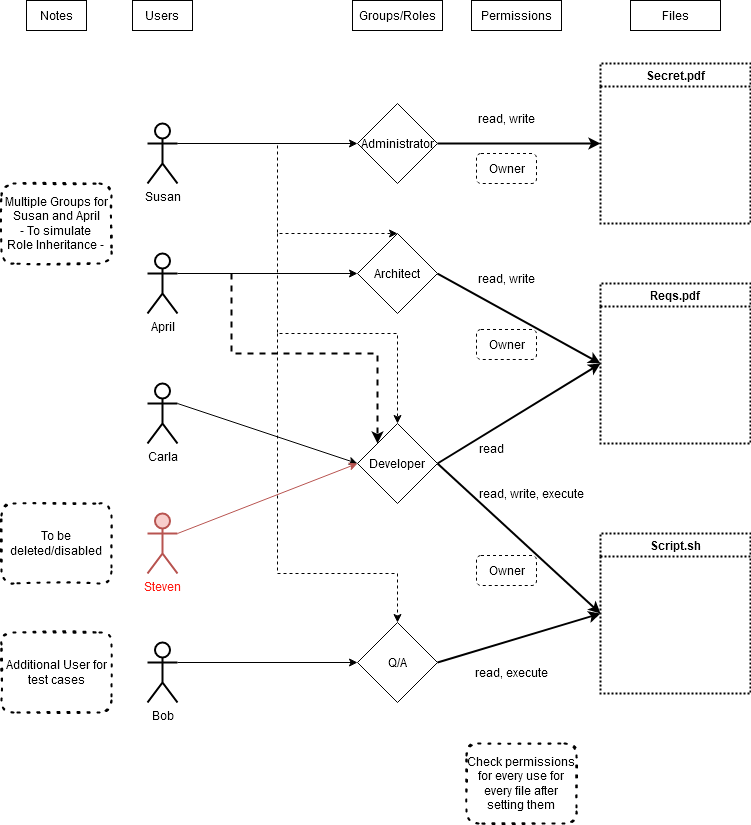
The draw.io diagram Expanded Plan - bottom.png in Nobel-CS/RBAC_test, before a commit. Source tidied: cells renumbered, new cells last; positions are measured from the earlier drawing's top-left corner, leaving out a move shared by most shapes.
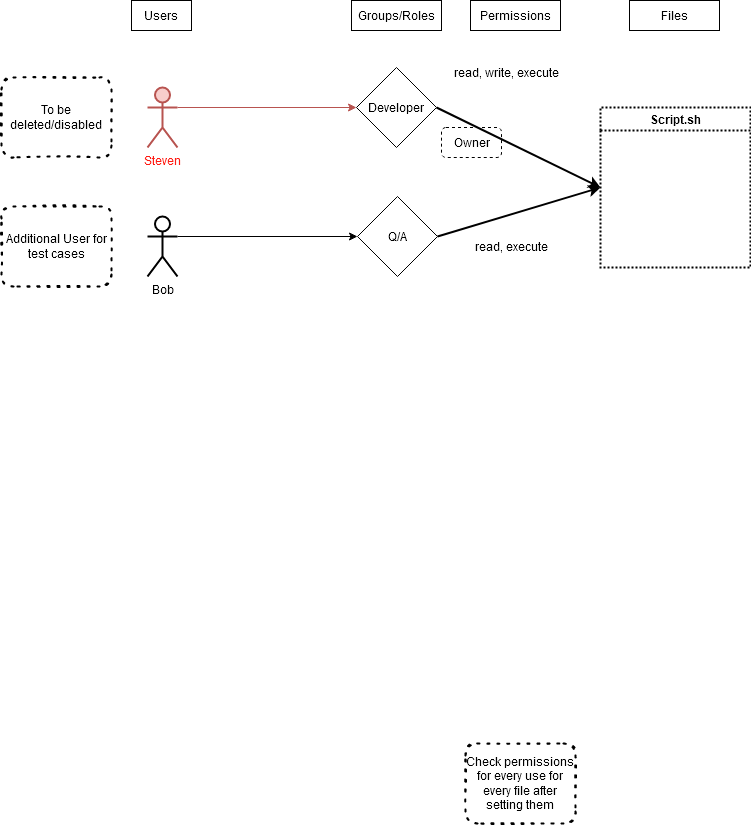
The same diagram one commit later.

Change to the diagram source:
```diff
@@ -2,131 +2,45 @@
   <root>
     <mxCell id="0" />
     <mxCell id="1" parent="0" />
-    <mxCell id="2" style="edgeStyle=orthogonalEdgeStyle;rounded=0;jettySize=auto;html=1;exitX=1;exitY=0.3333333333333333;exitDx=0;exitDy=0;exitPerimeter=0;entryX=0;entryY=0.5;entryDx=0;entryDy=0;" parent="1" edge="1" source="3" target="13">
-      <mxGeometry relative="1" as="geometry" />
-    </mxCell>
-    <mxCell id="3" value="Susan" style="shape=umlActor;verticalLabelPosition=bottom;verticalAlign=top;html=1;outlineConnect=0;strokeColor=default;strokeWidth=2;" parent="1" vertex="1">
-      <mxGeometry x="146" y="123" width="30" height="60" as="geometry" />
-    </mxCell>
-    <mxCell id="4" style="edgeStyle=orthogonalEdgeStyle;rounded=0;jettySize=auto;html=1;exitX=1;exitY=0.3333333333333333;exitDx=0;exitDy=0;exitPerimeter=0;" parent="1" edge="1" source="5" target="15">
-      <mxGeometry relative="1" as="geometry" />
-    </mxCell>
-    <mxCell id="5" value="April" style="shape=umlActor;verticalLabelPosition=bottom;verticalAlign=top;html=1;outlineConnect=0;strokeColor=default;strokeWidth=2;" parent="1" vertex="1">
-      <mxGeometry x="146" y="253" width="30" height="60" as="geometry" />
-    </mxCell>
-    <mxCell id="6" style="rounded=0;jettySize=auto;html=1;exitX=1;exitY=0.3333333333333333;exitDx=0;exitDy=0;exitPerimeter=0;entryX=0;entryY=0.5;entryDx=0;entryDy=0;" parent="1" edge="1" source="7" target="18">
-      <mxGeometry relative="1" as="geometry" />
-    </mxCell>
-    <mxCell id="7" value="Carla" style="shape=umlActor;verticalLabelPosition=bottom;verticalAlign=top;html=1;outlineConnect=0;strokeColor=default;strokeWidth=2;" parent="1" vertex="1">
-      <mxGeometry x="146" y="383" width="30" height="60" as="geometry" />
-    </mxCell>
     <mxCell id="8" style="edgeStyle=none;rounded=0;jettySize=auto;html=1;exitX=1;exitY=0.3333333333333333;exitDx=0;exitDy=0;exitPerimeter=0;entryX=0;entryY=0.5;entryDx=0;entryDy=0;fillColor=#f8cecc;strokeColor=#b85450;" parent="1" edge="1" source="9" target="18">
       <mxGeometry relative="1" as="geometry" />
     </mxCell>
     <mxCell id="9" value="Steven" style="shape=umlActor;verticalLabelPosition=bottom;verticalAlign=top;html=1;outlineConnect=0;strokeColor=#b85450;strokeWidth=2;fillColor=#f8cecc;fontColor=#FF1C14;" parent="1" vertex="1">
-      <mxGeometry x="146" y="513" width="30" height="60" as="geometry" />
+      <mxGeometry x="147" y="87" width="30" height="60" as="geometry" />
     </mxCell>
     <mxCell id="10" style="edgeStyle=none;rounded=0;jettySize=auto;html=1;exitX=1;exitY=0.3333333333333333;exitDx=0;exitDy=0;exitPerimeter=0;entryX=0;entryY=0.5;entryDx=0;entryDy=0;" parent="1" edge="1" source="11" target="20">
       <mxGeometry relative="1" as="geometry" />
     </mxCell>
     <mxCell id="11" value="Bob" style="shape=umlActor;verticalLabelPosition=bottom;verticalAlign=top;html=1;outlineConnect=0;strokeColor=default;strokeWidth=2;" parent="1" vertex="1">
-      <mxGeometry x="146" y="642" width="30" height="60" as="geometry" />
+      <mxGeometry x="147" y="216" width="30" height="60" as="geometry" />
     </mxCell>
-    <mxCell id="12" style="edgeStyle=none;rounded=0;jettySize=auto;html=1;exitX=1;exitY=0.5;exitDx=0;exitDy=0;entryX=0;entryY=0.5;entryDx=0;entryDy=0;strokeWidth=2;" parent="1" edge="1" source="13" target="34">
-      <mxGeometry relative="1" as="geometry" />
-    </mxCell>
-    <mxCell id="13" value="Administrator" style="rhombus;whiteSpace=wrap;html=1;" parent="1" vertex="1">
-      <mxGeometry x="356" y="103" width="80" height="80" as="geometry" />
-    </mxCell>
-    <mxCell id="14" style="edgeStyle=none;rounded=0;jettySize=auto;html=1;exitX=1;exitY=0.5;exitDx=0;exitDy=0;entryX=0;entryY=0.5;entryDx=0;entryDy=0;strokeWidth=2;" parent="1" edge="1" source="15" target="28">
-      <mxGeometry relative="1" as="geometry" />
-    </mxCell>
-    <mxCell id="15" value="Architect" style="rhombus;whiteSpace=wrap;html=1;" parent="1" vertex="1">
-      <mxGeometry x="356" y="233" width="80" height="80" as="geometry" />
-    </mxCell>
-    <mxCell id="16" style="edgeStyle=none;rounded=0;jettySize=auto;html=1;exitX=1;exitY=0.5;exitDx=0;exitDy=0;entryX=0;entryY=0.5;entryDx=0;entryDy=0;strokeWidth=2;" parent="1" edge="1" source="18" target="28">
-      <mxGeometry relative="1" as="geometry" />
-    </mxCell>
     <mxCell id="17" style="edgeStyle=none;rounded=0;jettySize=auto;html=1;exitX=1;exitY=0.5;exitDx=0;exitDy=0;entryX=0;entryY=0.5;entryDx=0;entryDy=0;strokeWidth=2;" parent="1" edge="1" source="18" target="31">
       <mxGeometry relative="1" as="geometry" />
     </mxCell>
     <mxCell id="18" value="Developer" style="rhombus;whiteSpace=wrap;html=1;" parent="1" vertex="1">
-      <mxGeometry x="356" y="423" width="80" height="80" as="geometry" />
+      <mxGeometry x="356" y="67" width="80" height="80" as="geometry" />
     </mxCell>
     <mxCell id="19" style="edgeStyle=none;rounded=0;jettySize=auto;html=1;exitX=1;exitY=0.5;exitDx=0;exitDy=0;entryX=0;entryY=0.5;entryDx=0;entryDy=0;strokeWidth=2;" parent="1" edge="1" source="20" target="31">
       <mxGeometry relative="1" as="geometry" />
     </mxCell>
     <mxCell id="20" value="Q/A" style="rhombus;whiteSpace=wrap;html=1;" parent="1" vertex="1">
-      <mxGeometry x="356" y="622" width="80" height="80" as="geometry" />
+      <mxGeometry x="357" y="196" width="80" height="80" as="geometry" />
     </mxCell>
-    <mxCell id="21" style="endArrow=classic;html=1;rounded=0;exitX=1;exitY=0.3333333333333333;exitDx=0;exitDy=0;exitPerimeter=0;entryX=0.5;entryY=0;entryDx=0;entryDy=0;dashed=1;" parent="1" edge="1" source="3" target="15">
-      <mxGeometry relative="1" as="geometry">
-        <Array as="points">
-          <mxPoint x="276" y="143" />
-          <mxPoint x="276" y="233" />
-        </Array>
-      </mxGeometry>
-    </mxCell>
-    <mxCell id="22" style="endArrow=classic;html=1;rounded=0;entryX=0.5;entryY=0;entryDx=0;entryDy=0;dashed=1;" parent="1" edge="1" target="18">
-      <mxGeometry relative="1" as="geometry">
-        <mxPoint x="276" y="233" as="sourcePoint" />
-        <Array as="points">
-          <mxPoint x="276" y="333" />
-          <mxPoint x="396" y="333" />
-        </Array>
-      </mxGeometry>
-    </mxCell>
-    <mxCell id="23" style="endArrow=classic;html=1;rounded=0;entryX=0.5;entryY=0;entryDx=0;entryDy=0;dashed=1;" parent="1" edge="1" target="20">
-      <mxGeometry relative="1" as="geometry">
-        <mxPoint x="276" y="333" as="sourcePoint" />
-        <Array as="points">
-          <mxPoint x="276" y="573" />
-          <mxPoint x="396" y="573" />
-        </Array>
-      </mxGeometry>
-    </mxCell>
     <mxCell id="24" value="Users" style="text;html=1;strokeColor=default;fillColor=none;align=center;verticalAlign=middle;whiteSpace=wrap;rounded=0;" parent="1" vertex="1">
       <mxGeometry x="131" width="60" height="30" as="geometry" />
     </mxCell>
     <mxCell id="25" value="Groups/Roles" style="text;html=1;strokeColor=default;fillColor=none;align=center;verticalAlign=middle;whiteSpace=wrap;rounded=0;" parent="1" vertex="1">
       <mxGeometry x="351" width="90" height="30" as="geometry" />
     </mxCell>
-    <mxCell id="26" value="&lt;div&gt;Multiple Groups for Susan and April&lt;/div&gt;&lt;div&gt;- To simulate &lt;br&gt;&lt;/div&gt;&lt;div&gt;Role Inheritance -&lt;br&gt;&lt;/div&gt;" style="text;html=1;strokeColor=default;fillColor=none;align=center;verticalAlign=middle;whiteSpace=wrap;rounded=1;dashed=1;strokeWidth=2;dashPattern=1 4;glass=0;sketch=1;shadow=0;" parent="1" vertex="1">
-      <mxGeometry y="183" width="110" height="80" as="geometry" />
-    </mxCell>
-    <mxCell id="27" style="endArrow=classic;html=1;rounded=0;dashed=1;entryX=0;entryY=0;entryDx=0;entryDy=0;strokeWidth=2;" parent="1" edge="1" target="18">
-      <mxGeometry relative="1" as="geometry">
-        <mxPoint x="230" y="273" as="sourcePoint" />
-        <Array as="points">
-          <mxPoint x="230" y="353" />
-          <mxPoint x="376" y="353" />
-        </Array>
-      </mxGeometry>
-    </mxCell>
-    <mxCell id="28" value="Reqs.pdf" style="swimlane;whiteSpace=wrap;html=1;dashed=1;strokeColor=default;strokeWidth=2;dashPattern=1 1;" parent="1" vertex="1">
-      <mxGeometry x="599" y="283" width="150" height="160" as="geometry" />
-    </mxCell>
-    <mxCell id="29" value="read, write" style="text;html=1;align=center;verticalAlign=middle;strokeColor=none;fillColor=none;" parent="1" vertex="1">
-      <mxGeometry x="465" y="263" width="80" height="30" as="geometry" />
-    </mxCell>
-    <mxCell id="30" value="read" style="text;html=1;align=center;verticalAlign=middle;strokeColor=none;fillColor=none;" parent="1" vertex="1">
-      <mxGeometry x="465" y="433" width="50" height="30" as="geometry" />
-    </mxCell>
     <mxCell id="31" value="Script.sh" style="swimlane;whiteSpace=wrap;html=1;dashed=1;strokeColor=default;strokeWidth=2;startSize=23;dashPattern=1 1;" parent="1" vertex="1">
-      <mxGeometry x="599" y="533" width="150" height="160" as="geometry" />
+      <mxGeometry x="600" y="107" width="150" height="160" as="geometry" />
     </mxCell>
     <mxCell id="32" value="read, write, execute" style="text;html=1;align=center;verticalAlign=middle;strokeColor=none;fillColor=none;" parent="1" vertex="1">
-      <mxGeometry x="465" y="478" width="130" height="30" as="geometry" />
+      <mxGeometry x="441" y="57" width="130" height="30" as="geometry" />
     </mxCell>
     <mxCell id="33" value="read, execute" style="text;html=1;align=center;verticalAlign=middle;strokeColor=none;fillColor=none;" parent="1" vertex="1">
-      <mxGeometry x="465" y="657" width="90" height="30" as="geometry" />
+      <mxGeometry x="466" y="231" width="90" height="30" as="geometry" />
     </mxCell>
-    <mxCell id="34" value="Secret.pdf" style="swimlane;whiteSpace=wrap;html=1;dashed=1;strokeColor=default;strokeWidth=2;dashPattern=1 1;" parent="1" vertex="1">
-      <mxGeometry x="599" y="63" width="150" height="160" as="geometry" />
-    </mxCell>
-    <mxCell id="35" value="read, write" style="text;html=1;align=center;verticalAlign=middle;strokeColor=none;fillColor=none;" parent="1" vertex="1">
-      <mxGeometry x="465" y="103" width="80" height="30" as="geometry" />
-    </mxCell>
     <mxCell id="36" value="Permissions" style="text;html=1;strokeColor=default;fillColor=none;align=center;verticalAlign=middle;whiteSpace=wrap;rounded=0;" parent="1" vertex="1">
       <mxGeometry x="470" width="90" height="30" as="geometry" />
     </mxCell>
@@ -134,25 +48,16 @@
       <mxGeometry x="629" width="90" height="30" as="geometry" />
     </mxCell>
     <mxCell id="38" value="Additional User for test cases" style="text;html=1;strokeColor=default;fillColor=none;align=center;verticalAlign=middle;whiteSpace=wrap;rounded=1;dashed=1;strokeWidth=2;dashPattern=1 4;glass=0;sketch=1;shadow=0;" parent="1" vertex="1">
-      <mxGeometry y="632" width="110" height="80" as="geometry" />
+      <mxGeometry x="1" y="206" width="110" height="80" as="geometry" />
     </mxCell>
     <mxCell id="39" value="To be deleted/disabled" style="text;html=1;strokeColor=default;fillColor=none;align=center;verticalAlign=middle;whiteSpace=wrap;rounded=1;dashed=1;strokeWidth=2;dashPattern=1 4;glass=0;sketch=1;shadow=0;" parent="1" vertex="1">
-      <mxGeometry y="503" width="110" height="80" as="geometry" />
+      <mxGeometry x="1" y="77" width="110" height="80" as="geometry" />
     </mxCell>
-    <mxCell id="40" value="Notes" style="text;html=1;strokeColor=default;fillColor=none;align=center;verticalAlign=middle;whiteSpace=wrap;rounded=0;" parent="1" vertex="1">
-      <mxGeometry x="25" width="60" height="30" as="geometry" />
-    </mxCell>
     <mxCell id="41" value="Check permissions for every use for every file after setting them" style="text;html=1;strokeColor=default;fillColor=none;align=center;verticalAlign=middle;whiteSpace=wrap;rounded=1;dashed=1;strokeWidth=2;dashPattern=1 4;glass=0;sketch=1;shadow=0;" parent="1" vertex="1">
       <mxGeometry x="465" y="743" width="110" height="80" as="geometry" />
     </mxCell>
-    <mxCell id="42" value="Owner" style="text;html=1;align=center;verticalAlign=middle;strokeColor=default;fillColor=none;dashed=1;rounded=1;" parent="1" vertex="1">
-      <mxGeometry x="475" y="329" width="60" height="30" as="geometry" />
-    </mxCell>
-    <mxCell id="43" value="Owner" style="text;html=1;align=center;verticalAlign=middle;strokeColor=default;fillColor=none;rounded=1;dashed=1;" parent="1" vertex="1">
-      <mxGeometry x="475" y="153" width="60" height="30" as="geometry" />
-    </mxCell>
     <mxCell id="44" value="Owner" style="text;html=1;align=center;verticalAlign=middle;strokeColor=default;fillColor=none;rounded=1;dashed=1;" parent="1" vertex="1">
-      <mxGeometry x="475" y="555" width="60" height="30" as="geometry" />
+      <mxGeometry x="441" y="127" width="60" height="30" as="geometry" />
     </mxCell>
   </root>
 </mxGraphModel>
```
